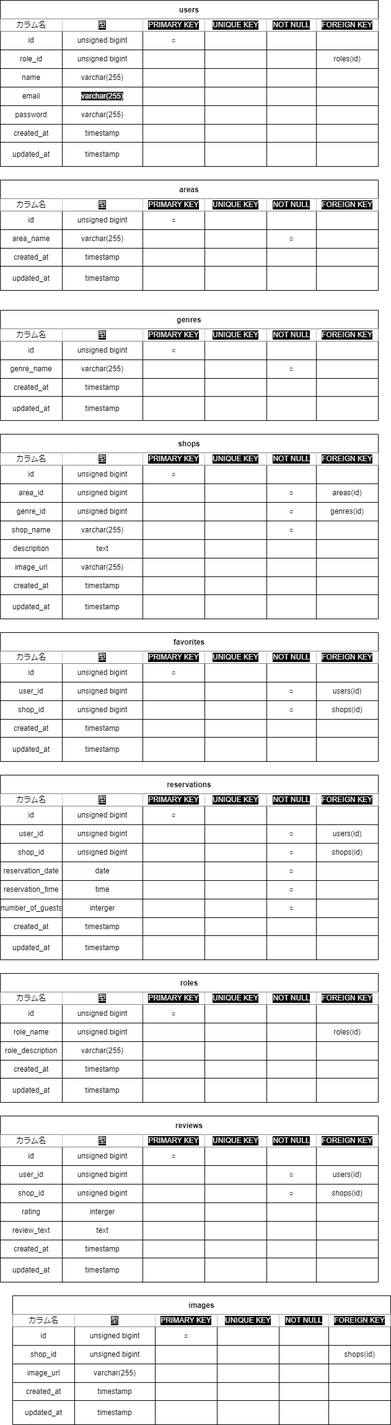
The draw.io diagram table.drawio.png in fujico23/rese-system-application, before a commit. Source tidied: cells renumbered, new cells last; positions are measured from the earlier drawing's top-left corner, leaving out a move shared by most shapes.
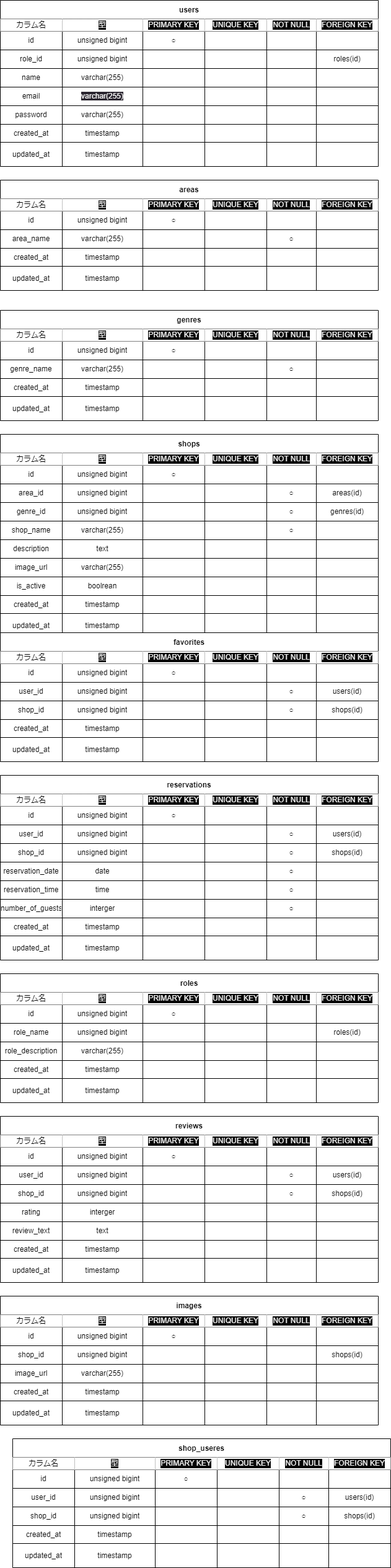
After the change.

The edit, as a diff of the source:
```diff
@@ -519,7 +519,7 @@
       <mxGeometry x="510" width="100" height="39" as="geometry" />
     </mxCell>
     <mxCell id="174" value="shops" style="shape=table;startSize=30;fontStyle=1;align=center;" parent="1" vertex="1">
-      <mxGeometry y="700" width="610" height="298" as="geometry" />
+      <mxGeometry y="700" width="610" height="328" as="geometry" />
     </mxCell>
     <mxCell id="175" style="shape=tableRow;horizontal=0;startSize=0;swimlaneHead=0;swimlaneBody=0;top=0;left=0;bottom=0;right=0;fillColor=none;" parent="174" vertex="1">
       <mxGeometry y="30" width="610" height="20" as="geometry" />
@@ -668,8 +668,29 @@
     <mxCell id="223" style="shape=partialRectangle;html=1;whiteSpace=wrap;fillColor=none;top=0;left=0;bottom=0;right=0;overflow=hidden;" parent="217" vertex="1">
       <mxGeometry x="510" width="100" height="30" as="geometry" />
     </mxCell>
+    <mxCell id="445" style="shape=tableRow;horizontal=0;startSize=0;swimlaneHead=0;swimlaneBody=0;top=0;left=0;bottom=0;right=0;fillColor=none;" parent="174" vertex="1">
+      <mxGeometry y="230" width="610" height="30" as="geometry" />
+    </mxCell>
+    <mxCell id="446" value="is_active" style="shape=partialRectangle;html=1;whiteSpace=wrap;fillColor=none;top=0;left=0;bottom=0;right=0;overflow=hidden;" parent="445" vertex="1">
+      <mxGeometry width="100" height="30" as="geometry" />
+    </mxCell>
+    <mxCell id="447" value="boolrean" style="shape=partialRectangle;html=1;whiteSpace=wrap;fillColor=none;top=0;left=0;bottom=0;right=0;overflow=hidden;" parent="445" vertex="1">
+      <mxGeometry x="100" width="130" height="30" as="geometry" />
+    </mxCell>
+    <mxCell id="448" style="shape=partialRectangle;html=1;whiteSpace=wrap;fillColor=none;top=0;left=0;bottom=0;right=0;overflow=hidden;" parent="445" vertex="1">
+      <mxGeometry x="230" width="100" height="30" as="geometry" />
+    </mxCell>
+    <mxCell id="449" style="shape=partialRectangle;html=1;whiteSpace=wrap;fillColor=none;top=0;left=0;bottom=0;right=0;overflow=hidden;" parent="445" vertex="1">
+      <mxGeometry x="330" width="100" height="30" as="geometry" />
+    </mxCell>
+    <mxCell id="450" style="shape=partialRectangle;html=1;whiteSpace=wrap;fillColor=none;top=0;left=0;bottom=0;right=0;overflow=hidden;" parent="445" vertex="1">
+      <mxGeometry x="430" width="80" height="30" as="geometry" />
+    </mxCell>
+    <mxCell id="451" style="shape=partialRectangle;html=1;whiteSpace=wrap;fillColor=none;top=0;left=0;bottom=0;right=0;overflow=hidden;" parent="445" vertex="1">
+      <mxGeometry x="510" width="100" height="30" as="geometry" />
+    </mxCell>
     <mxCell id="224" style="shape=tableRow;horizontal=0;startSize=0;swimlaneHead=0;swimlaneBody=0;top=0;left=0;bottom=0;right=0;fillColor=none;" parent="174" vertex="1">
-      <mxGeometry y="230" width="610" height="29" as="geometry" />
+      <mxGeometry y="260" width="610" height="29" as="geometry" />
     </mxCell>
     <mxCell id="225" value="created_at" style="shape=partialRectangle;html=1;whiteSpace=wrap;fillColor=none;top=0;left=0;bottom=0;right=0;overflow=hidden;" parent="224" vertex="1">
       <mxGeometry width="100" height="29" as="geometry" />
@@ -690,7 +711,7 @@
       <mxGeometry x="510" width="100" height="29" as="geometry" />
     </mxCell>
     <mxCell id="231" style="shape=tableRow;horizontal=0;startSize=0;swimlaneHead=0;swimlaneBody=0;top=0;left=0;bottom=0;right=0;fillColor=none;" parent="174" vertex="1">
-      <mxGeometry y="259" width="610" height="39" as="geometry" />
+      <mxGeometry y="289" width="610" height="39" as="geometry" />
     </mxCell>
     <mxCell id="232" value="updated_at" style="shape=partialRectangle;html=1;whiteSpace=wrap;fillColor=none;top=0;left=0;bottom=0;right=0;overflow=hidden;" parent="231" vertex="1">
       <mxGeometry width="100" height="39" as="geometry" />
@@ -1203,7 +1224,7 @@
       <mxGeometry x="510" width="100" height="39" as="geometry" />
     </mxCell>
     <mxCell id="402" value="images" style="shape=table;startSize=30;fontStyle=1;align=center;" parent="1" vertex="1">
-      <mxGeometry x="20" y="2090" width="610" height="208" as="geometry" />
+      <mxGeometry y="2090" width="610" height="208" as="geometry" />
     </mxCell>
     <mxCell id="403" style="shape=tableRow;horizontal=0;startSize=0;swimlaneHead=0;swimlaneBody=0;top=0;left=0;bottom=0;right=0;fillColor=none;" parent="402" vertex="1">
       <mxGeometry y="30" width="610" height="20" as="geometry" />
@@ -1331,5 +1352,134 @@
     <mxCell id="444" style="shape=partialRectangle;html=1;whiteSpace=wrap;fillColor=none;top=0;left=0;bottom=0;right=0;overflow=hidden;" parent="438" vertex="1">
       <mxGeometry x="510" width="100" height="39" as="geometry" />
     </mxCell>
+    <mxCell id="452" value="shop_useres" style="shape=table;startSize=30;fontStyle=1;align=center;" parent="1" vertex="1">
+      <mxGeometry x="20" y="2320" width="610" height="208" as="geometry" />
+    </mxCell>
+    <mxCell id="453" style="shape=tableRow;horizontal=0;startSize=0;swimlaneHead=0;swimlaneBody=0;top=0;left=0;bottom=0;right=0;fillColor=none;" parent="452" vertex="1">
+      <mxGeometry y="30" width="610" height="20" as="geometry" />
+    </mxCell>
+    <mxCell id="454" value="カラム名" style="shape=partialRectangle;html=1;whiteSpace=wrap;top=0;left=0;bottom=0;right=0;overflow=hidden;labelBackgroundColor=none;" parent="453" vertex="1">
+      <mxGeometry width="100" height="20" as="geometry" />
+    </mxCell>
+    <mxCell id="455" value="型" style="shape=partialRectangle;html=1;whiteSpace=wrap;top=0;left=0;bottom=0;right=0;overflow=hidden;labelBackgroundColor=#050505;fontColor=#F0F0F0;" parent="453" vertex="1">
+      <mxGeometry x="100" width="130" height="20" as="geometry" />
+    </mxCell>
+    <mxCell id="456" value="PRIMARY KEY" style="shape=partialRectangle;html=1;whiteSpace=wrap;top=0;left=0;bottom=0;right=0;overflow=hidden;labelBackgroundColor=#050505;fontColor=#F0F0F0;" parent="453" vertex="1">
+      <mxGeometry x="230" width="100" height="20" as="geometry" />
+    </mxCell>
+    <mxCell id="457" value="UNIQUE KEY" style="shape=partialRectangle;html=1;whiteSpace=wrap;top=0;left=0;bottom=0;right=0;overflow=hidden;labelBackgroundColor=#050505;fontColor=#F0F0F0;" parent="453" vertex="1">
+      <mxGeometry x="330" width="100" height="20" as="geometry" />
+    </mxCell>
+    <mxCell id="458" value="NOT NULL" style="shape=partialRectangle;html=1;whiteSpace=wrap;top=0;left=0;bottom=0;right=0;overflow=hidden;labelBackgroundColor=#050505;fontColor=#F0F0F0;" parent="453" vertex="1">
+      <mxGeometry x="430" width="80" height="20" as="geometry" />
+    </mxCell>
+    <mxCell id="459" value="FOREIGN KEY" style="shape=partialRectangle;html=1;whiteSpace=wrap;top=0;left=0;bottom=0;right=0;overflow=hidden;labelBackgroundColor=#050505;fontColor=#F0F0F0;" parent="453" vertex="1">
+      <mxGeometry x="510" width="100" height="20" as="geometry" />
+    </mxCell>
+    <mxCell id="460" style="shape=tableRow;horizontal=0;startSize=0;swimlaneHead=0;swimlaneBody=0;top=0;left=0;bottom=0;right=0;fillColor=none;" parent="452" vertex="1">
+      <mxGeometry y="50" width="610" height="30" as="geometry" />
+    </mxCell>
+    <mxCell id="461" value="id&lt;br&gt;" style="shape=partialRectangle;html=1;whiteSpace=wrap;fillColor=none;top=0;left=0;bottom=0;right=0;overflow=hidden;" parent="460" vertex="1">
+      <mxGeometry width="100" height="30" as="geometry" />
+    </mxCell>
+    <mxCell id="462" value="unsigned bigint" style="shape=partialRectangle;html=1;whiteSpace=wrap;fillColor=none;top=0;left=0;bottom=0;right=0;overflow=hidden;" parent="460" vertex="1">
+      <mxGeometry x="100" width="130" height="30" as="geometry" />
+    </mxCell>
+    <mxCell id="463" value="○" style="shape=partialRectangle;html=1;whiteSpace=wrap;fillColor=none;top=0;left=0;bottom=0;right=0;overflow=hidden;" parent="460" vertex="1">
+      <mxGeometry x="230" width="100" height="30" as="geometry" />
+    </mxCell>
+    <mxCell id="464" style="shape=partialRectangle;html=1;whiteSpace=wrap;fillColor=none;top=0;left=0;bottom=0;right=0;overflow=hidden;" parent="460" vertex="1">
+      <mxGeometry x="330" width="100" height="30" as="geometry" />
+    </mxCell>
+    <mxCell id="465" style="shape=partialRectangle;html=1;whiteSpace=wrap;fillColor=none;top=0;left=0;bottom=0;right=0;overflow=hidden;" parent="460" vertex="1">
+      <mxGeometry x="430" width="80" height="30" as="geometry" />
+    </mxCell>
+    <mxCell id="466" style="shape=partialRectangle;html=1;whiteSpace=wrap;fillColor=none;top=0;left=0;bottom=0;right=0;overflow=hidden;" parent="460" vertex="1">
+      <mxGeometry x="510" width="100" height="30" as="geometry" />
+    </mxCell>
+    <mxCell id="467" style="shape=tableRow;horizontal=0;startSize=0;swimlaneHead=0;swimlaneBody=0;top=0;left=0;bottom=0;right=0;fillColor=none;" parent="452" vertex="1">
+      <mxGeometry y="80" width="610" height="30" as="geometry" />
+    </mxCell>
+    <mxCell id="468" value="user_id" style="shape=partialRectangle;html=1;whiteSpace=wrap;fillColor=none;top=0;left=0;bottom=0;right=0;overflow=hidden;" parent="467" vertex="1">
+      <mxGeometry width="100" height="30" as="geometry" />
+    </mxCell>
+    <mxCell id="469" value="unsigned bigint" style="shape=partialRectangle;html=1;whiteSpace=wrap;fillColor=none;top=0;left=0;bottom=0;right=0;overflow=hidden;" parent="467" vertex="1">
+      <mxGeometry x="100" width="130" height="30" as="geometry" />
+    </mxCell>
+    <mxCell id="470" style="shape=partialRectangle;html=1;whiteSpace=wrap;fillColor=none;top=0;left=0;bottom=0;right=0;overflow=hidden;" parent="467" vertex="1">
+      <mxGeometry x="230" width="100" height="30" as="geometry" />
+    </mxCell>
+    <mxCell id="471" style="shape=partialRectangle;html=1;whiteSpace=wrap;fillColor=none;top=0;left=0;bottom=0;right=0;overflow=hidden;" parent="467" vertex="1">
+      <mxGeometry x="330" width="100" height="30" as="geometry" />
+    </mxCell>
+    <mxCell id="472" value="○" style="shape=partialRectangle;html=1;whiteSpace=wrap;fillColor=none;top=0;left=0;bottom=0;right=0;overflow=hidden;" parent="467" vertex="1">
+      <mxGeometry x="430" width="80" height="30" as="geometry" />
+    </mxCell>
+    <mxCell id="473" value="users(id)" style="shape=partialRectangle;html=1;whiteSpace=wrap;fillColor=none;top=0;left=0;bottom=0;right=0;overflow=hidden;" parent="467" vertex="1">
+      <mxGeometry x="510" width="100" height="30" as="geometry" />
+    </mxCell>
+    <mxCell id="474" style="shape=tableRow;horizontal=0;startSize=0;swimlaneHead=0;swimlaneBody=0;top=0;left=0;bottom=0;right=0;fillColor=none;" parent="452" vertex="1">
+      <mxGeometry y="110" width="610" height="30" as="geometry" />
+    </mxCell>
+    <mxCell id="475" value="shop_id" style="shape=partialRectangle;html=1;whiteSpace=wrap;fillColor=none;top=0;left=0;bottom=0;right=0;overflow=hidden;" parent="474" vertex="1">
+      <mxGeometry width="100" height="30" as="geometry" />
+    </mxCell>
+    <mxCell id="476" value="unsigned bigint" style="shape=partialRectangle;html=1;whiteSpace=wrap;fillColor=none;top=0;left=0;bottom=0;right=0;overflow=hidden;" parent="474" vertex="1">
+      <mxGeometry x="100" width="130" height="30" as="geometry" />
+    </mxCell>
+    <mxCell id="477" style="shape=partialRectangle;html=1;whiteSpace=wrap;fillColor=none;top=0;left=0;bottom=0;right=0;overflow=hidden;" parent="474" vertex="1">
+      <mxGeometry x="230" width="100" height="30" as="geometry" />
+    </mxCell>
+    <mxCell id="478" style="shape=partialRectangle;html=1;whiteSpace=wrap;fillColor=none;top=0;left=0;bottom=0;right=0;overflow=hidden;" parent="474" vertex="1">
+      <mxGeometry x="330" width="100" height="30" as="geometry" />
+    </mxCell>
+    <mxCell id="479" value="○" style="shape=partialRectangle;html=1;whiteSpace=wrap;fillColor=none;top=0;left=0;bottom=0;right=0;overflow=hidden;" parent="474" vertex="1">
+      <mxGeometry x="430" width="80" height="30" as="geometry" />
+    </mxCell>
+    <mxCell id="480" value="shops(id)" style="shape=partialRectangle;html=1;whiteSpace=wrap;fillColor=none;top=0;left=0;bottom=0;right=0;overflow=hidden;" parent="474" vertex="1">
+      <mxGeometry x="510" width="100" height="30" as="geometry" />
+    </mxCell>
+    <mxCell id="481" style="shape=tableRow;horizontal=0;startSize=0;swimlaneHead=0;swimlaneBody=0;top=0;left=0;bottom=0;right=0;fillColor=none;" parent="452" vertex="1">
+      <mxGeometry y="140" width="610" height="29" as="geometry" />
+    </mxCell>
+    <mxCell id="482" value="created_at" style="shape=partialRectangle;html=1;whiteSpace=wrap;fillColor=none;top=0;left=0;bottom=0;right=0;overflow=hidden;" parent="481" vertex="1">
+      <mxGeometry width="100" height="29" as="geometry" />
+    </mxCell>
+    <mxCell id="483" value="timestamp" style="shape=partialRectangle;html=1;whiteSpace=wrap;fillColor=none;top=0;left=0;bottom=0;right=0;overflow=hidden;" parent="481" vertex="1">
+      <mxGeometry x="100" width="130" height="29" as="geometry" />
+    </mxCell>
+    <mxCell id="484" style="shape=partialRectangle;html=1;whiteSpace=wrap;fillColor=none;top=0;left=0;bottom=0;right=0;overflow=hidden;" parent="481" vertex="1">
+      <mxGeometry x="230" width="100" height="29" as="geometry" />
+    </mxCell>
+    <mxCell id="485" style="shape=partialRectangle;html=1;whiteSpace=wrap;fillColor=none;top=0;left=0;bottom=0;right=0;overflow=hidden;" parent="481" vertex="1">
+      <mxGeometry x="330" width="100" height="29" as="geometry" />
+    </mxCell>
+    <mxCell id="486" style="shape=partialRectangle;html=1;whiteSpace=wrap;fillColor=none;top=0;left=0;bottom=0;right=0;overflow=hidden;" parent="481" vertex="1">
+      <mxGeometry x="430" width="80" height="29" as="geometry" />
+    </mxCell>
+    <mxCell id="487" style="shape=partialRectangle;html=1;whiteSpace=wrap;fillColor=none;top=0;left=0;bottom=0;right=0;overflow=hidden;" parent="481" vertex="1">
+      <mxGeometry x="510" width="100" height="29" as="geometry" />
+    </mxCell>
+    <mxCell id="488" style="shape=tableRow;horizontal=0;startSize=0;swimlaneHead=0;swimlaneBody=0;top=0;left=0;bottom=0;right=0;fillColor=none;" parent="452" vertex="1">
+      <mxGeometry y="169" width="610" height="39" as="geometry" />
+    </mxCell>
+    <mxCell id="489" value="updated_at" style="shape=partialRectangle;html=1;whiteSpace=wrap;fillColor=none;top=0;left=0;bottom=0;right=0;overflow=hidden;" parent="488" vertex="1">
+      <mxGeometry width="100" height="39" as="geometry" />
+    </mxCell>
+    <mxCell id="490" value="timestamp" style="shape=partialRectangle;html=1;whiteSpace=wrap;fillColor=none;top=0;left=0;bottom=0;right=0;overflow=hidden;" parent="488" vertex="1">
+      <mxGeometry x="100" width="130" height="39" as="geometry" />
+    </mxCell>
+    <mxCell id="491" style="shape=partialRectangle;html=1;whiteSpace=wrap;fillColor=none;top=0;left=0;bottom=0;right=0;overflow=hidden;" parent="488" vertex="1">
+      <mxGeometry x="230" width="100" height="39" as="geometry" />
+    </mxCell>
+    <mxCell id="492" style="shape=partialRectangle;html=1;whiteSpace=wrap;fillColor=none;top=0;left=0;bottom=0;right=0;overflow=hidden;" parent="488" vertex="1">
+      <mxGeometry x="330" width="100" height="39" as="geometry" />
+    </mxCell>
+    <mxCell id="493" style="shape=partialRectangle;html=1;whiteSpace=wrap;fillColor=none;top=0;left=0;bottom=0;right=0;overflow=hidden;" parent="488" vertex="1">
+      <mxGeometry x="430" width="80" height="39" as="geometry" />
+    </mxCell>
+    <mxCell id="494" style="shape=partialRectangle;html=1;whiteSpace=wrap;fillColor=none;top=0;left=0;bottom=0;right=0;overflow=hidden;" parent="488" vertex="1">
+      <mxGeometry x="510" width="100" height="39" as="geometry" />
+    </mxCell>
   </root>
 </mxGraphModel>
```
